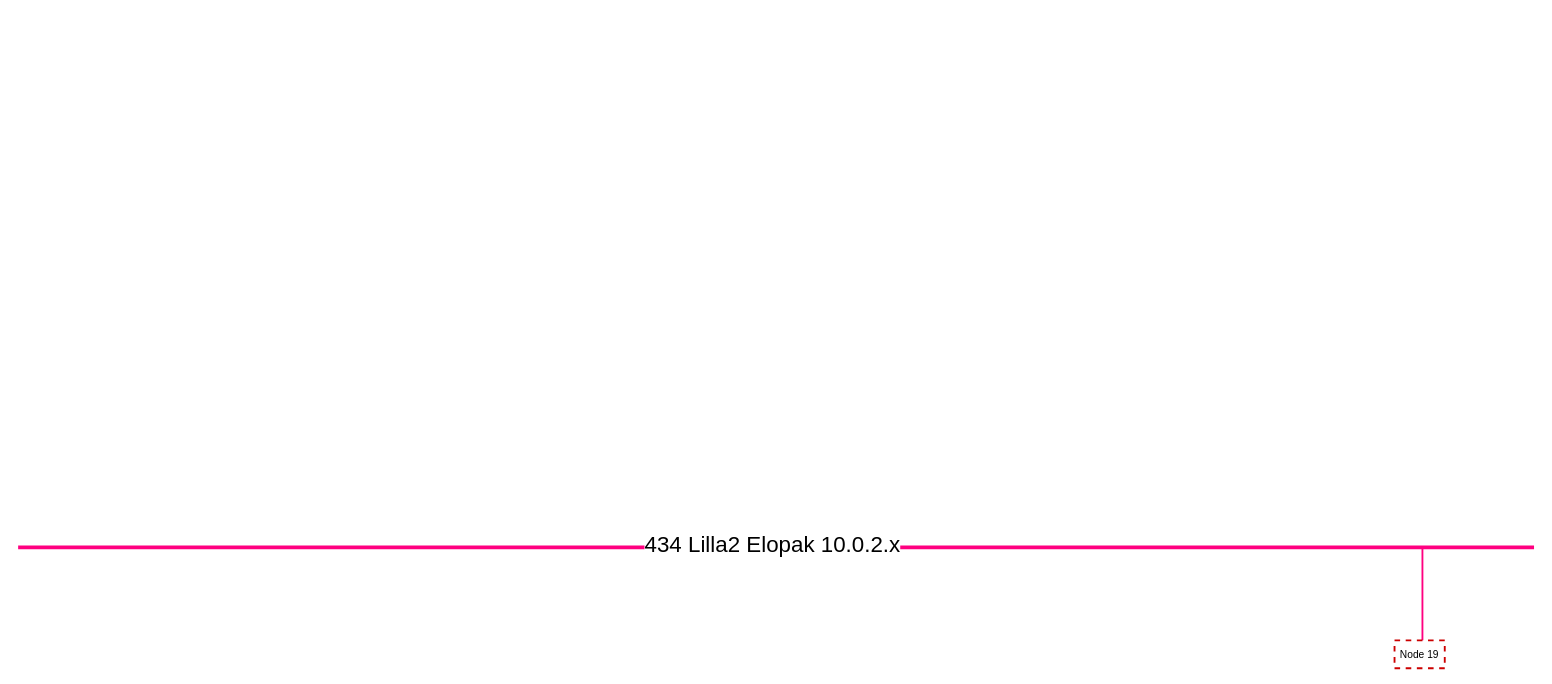
Earlier version of the draw.io diagram page "434 Lilla2" (6 of 22) of Topology.drawio (warben0/DrawIOStorage). Source tidied: cells renumbered, new cells numbered last; positions are measured from the earlier drawing's top-left corner, leaving out a move shared by most shapes. Both pictures are drawn from the tidied source at 93%, with x=0, y=0 at pixel (18, 544).
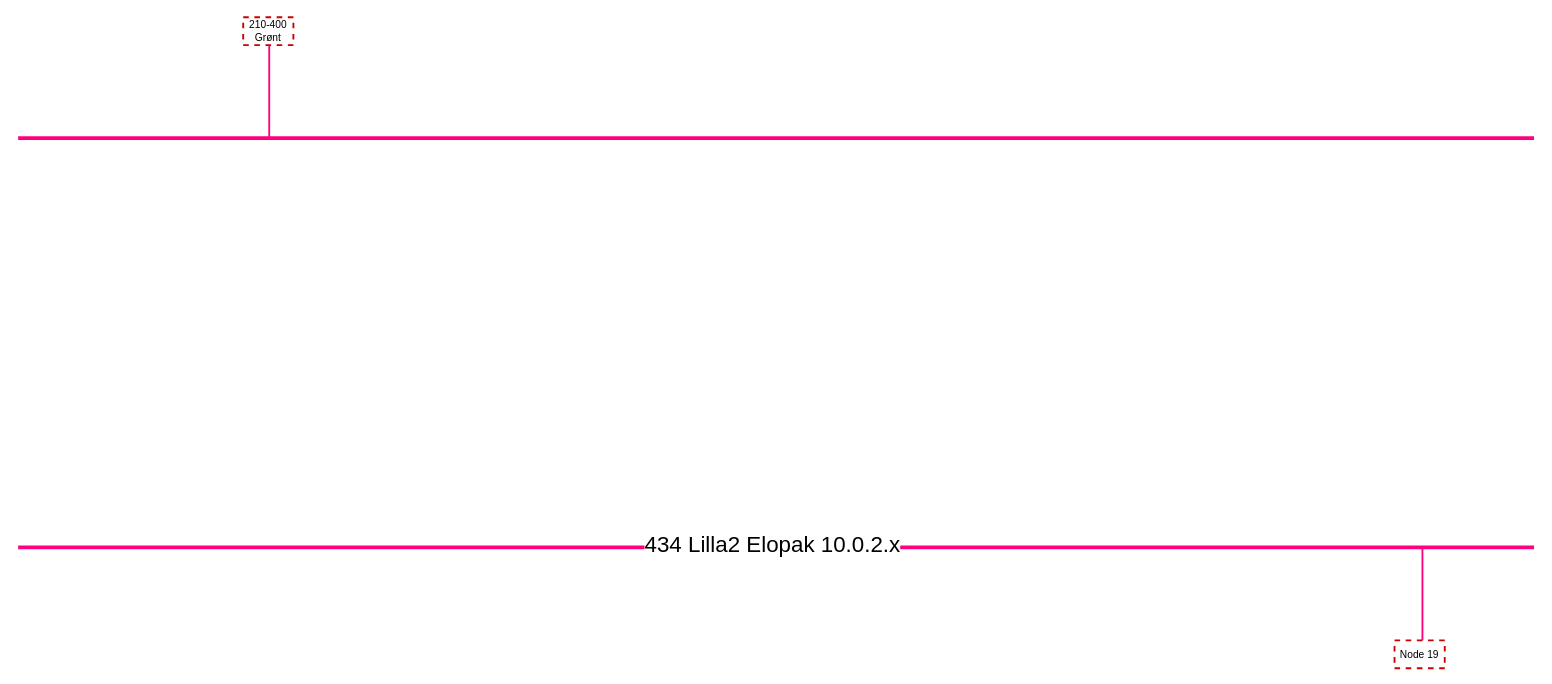
Above is the later version.

The edit, as a diff of the source:
```diff
@@
 <mxGraphModel>
   <root>
     <mxCell id="0" />
     <mxCell id="1" parent="0" />
     <mxCell id="2" style="endArrow=none;html=1;rounded=0;fillColor=#e1d5e7;strokeColor=#FF0080;strokeWidth=4;" parent="1" edge="1">
       <mxGeometry relative="1" as="geometry">
         <mxPoint y="3" as="sourcePoint" />
         <mxPoint x="1630" y="3" as="targetPoint" />
       </mxGeometry>
     </mxCell>
     <mxCell id="3" value="434 Lilla2 Elopak 10.0.2.x" style="edgeLabel;html=1;align=center;verticalAlign=middle;fontSize=24;" parent="1" vertex="1">
       <mxGeometry x="810" as="geometry" />
     </mxCell>
-    <mxCell id="4" style="edgeStyle=orthogonalEdgeStyle;shape=connector;rounded=0;orthogonalLoop=1;jettySize=auto;html=1;labelBackgroundColor=default;strokeColor=#ff0080;align=center;verticalAlign=middle;fontFamily=Helvetica;fontSize=11;fontColor=default;endArrow=none;jumpStyle=gap;endFill=0;strokeWidth=2;" parent="1" edge="1">
+    <mxCell id="4" style="edgeStyle=orthogonalEdgeStyle;shape=connector;rounded=0;orthogonalLoop=1;jettySize=auto;html=1;labelBackgroundColor=default;strokeColor=#FF0080;align=center;verticalAlign=middle;fontFamily=Helvetica;fontSize=11;fontColor=default;endArrow=none;jumpStyle=gap;endFill=0;strokeWidth=2;" parent="1" edge="1">
       <mxGeometry relative="1" as="geometry">
         <mxPoint x="1510" y="103" as="sourcePoint" />
         <mxPoint x="1510" y="3" as="targetPoint" />
       </mxGeometry>
     </mxCell>
     <mxCell id="5" value="Node 19" style="text;html=1;align=center;verticalAlign=middle;whiteSpace=wrap;rounded=0;fontSize=11;fontFamily=Helvetica;fillColor=none;strokeColor=#CC0000;dashed=1;strokeWidth=2;" parent="1" vertex="1">
       <mxGeometry x="1480" y="103" width="54" height="30" as="geometry" />
     </mxCell>
+    <mxCell id="6" style="endArrow=none;html=1;rounded=0;fillColor=#e1d5e7;strokeColor=#FF0080;strokeWidth=4;" parent="1" edge="1">
+      <mxGeometry relative="1" as="geometry">
+        <mxPoint y="-437" as="sourcePoint" />
+        <mxPoint x="1630" y="-437" as="targetPoint" />
+      </mxGeometry>
+    </mxCell>
+    <mxCell id="7" style="edgeStyle=orthogonalEdgeStyle;shape=connector;rounded=0;orthogonalLoop=1;jettySize=auto;html=1;labelBackgroundColor=default;strokeColor=#FF0080;align=center;verticalAlign=middle;fontFamily=Helvetica;fontSize=11;fontColor=default;endArrow=none;jumpStyle=gap;endFill=0;strokeWidth=2;" parent="1" edge="1">
+      <mxGeometry relative="1" as="geometry">
+        <mxPoint x="270" y="-437" as="sourcePoint" />
+        <mxPoint x="270" y="-537" as="targetPoint" />
+      </mxGeometry>
+    </mxCell>
+    <mxCell id="8" value="210-400 Grønt" style="text;html=1;align=center;verticalAlign=middle;whiteSpace=wrap;rounded=0;fontSize=11;fontFamily=Helvetica;fillColor=none;strokeColor=#CC0000;dashed=1;strokeWidth=2;" parent="1" vertex="1">
+      <mxGeometry x="242" y="-567" width="54" height="30" as="geometry" />
+    </mxCell>
   </root>
 </mxGraphModel>
```
